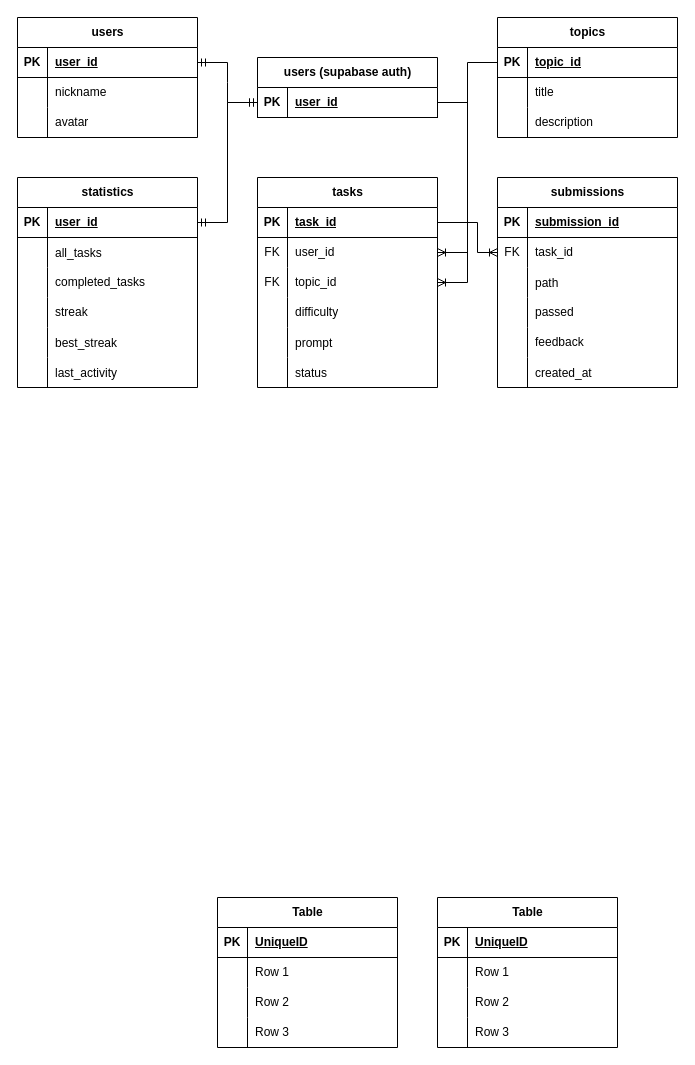
The draw.io diagram docs/ER.drawio in KironIllo/GetTaskTakePic, before the edit. Source tidied: cells renumbered, new cells numbered last; positions are measured from the earlier drawing's top-left corner, leaving out a move shared by most shapes. Both pictures are drawn from the tidied source at 100%, with x=0, y=0 at pixel (17, 17).
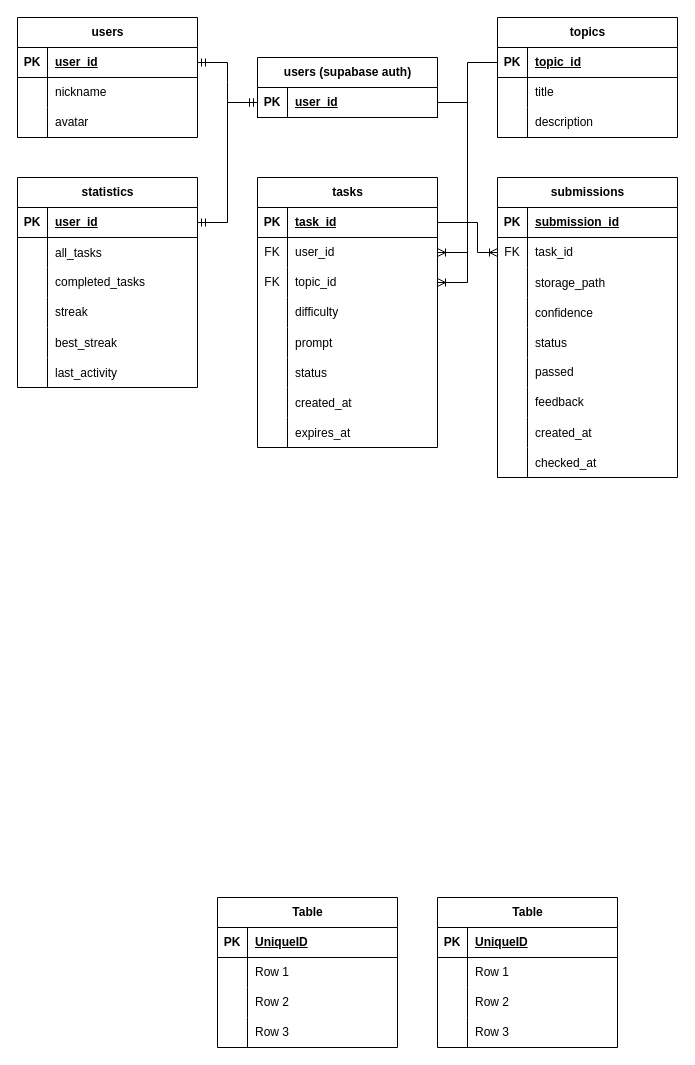
After the change.

The change refers to these unchanged cells:
```xml
<mxCell id="38" style="shape=tableRow;horizontal=0;startSize=0;swimlaneHead=0;swimlaneBody=0;fillColor=none;top=0;left=0;right=0;bottom=0;" parent="31" vertex="1">
  <mxGeometry y="90" width="180" height="30" as="geometry" />
</mxCell>
```

Change to the diagram source:
```diff
@@
     <mxCell id="12" value="tasks" style="shape=table;startSize=30;childLayout=tableLayout;rowLines=0;fontStyle=1;align=center;html=1;" parent="1" vertex="1">
-      <mxGeometry x="240" y="160" width="180" height="210" as="geometry" />
+      <mxGeometry x="240" y="160" width="180" height="270" as="geometry" />
     </mxCell>
@@
+    <mxCell id="114" style="shape=tableRow;horizontal=0;startSize=0;swimlaneHead=0;swimlaneBody=0;fillColor=none;top=0;left=0;right=0;bottom=0;" parent="12" vertex="1">
+      <mxGeometry y="210" width="180" height="30" as="geometry" />
+    </mxCell>
+    <mxCell id="115" style="shape=partialRectangle;fillColor=none;top=0;left=0;bottom=0;right=0;overflow=hidden;" parent="114" vertex="1">
+      <mxGeometry width="30" height="30" as="geometry" />
+    </mxCell>
+    <mxCell id="116" value="created_at" style="shape=partialRectangle;fillColor=none;top=0;left=0;bottom=0;right=0;align=left;spacingLeft=6;overflow=hidden;" parent="114" vertex="1">
+      <mxGeometry x="30" width="150" height="30" as="geometry" />
+    </mxCell>
+    <mxCell id="117" style="shape=tableRow;horizontal=0;startSize=0;swimlaneHead=0;swimlaneBody=0;fillColor=none;top=0;left=0;right=0;bottom=0;" parent="12" vertex="1">
+      <mxGeometry y="240" width="180" height="30" as="geometry" />
+    </mxCell>
+    <mxCell id="118" style="shape=partialRectangle;fillColor=none;top=0;left=0;bottom=0;right=0;overflow=hidden;" parent="117" vertex="1">
+      <mxGeometry width="30" height="30" as="geometry" />
+    </mxCell>
+    <mxCell id="119" value="expires_at" style="shape=partialRectangle;fillColor=none;top=0;left=0;bottom=0;right=0;align=left;spacingLeft=6;overflow=hidden;" parent="117" vertex="1">
+      <mxGeometry x="30" width="150" height="30" as="geometry" />
+    </mxCell>
     <mxCell id="31" value="submissions" style="shape=table;startSize=30;childLayout=tableLayout;rowLines=0;fontStyle=1;align=center;html=1;" parent="1" vertex="1">
-      <mxGeometry x="480" y="160" width="180" height="210" as="geometry" />
+      <mxGeometry x="480" y="160" width="180" height="300" as="geometry" />
     </mxCell>
@@
-    <mxCell id="40" value="path" style="shape=partialRectangle;fillColor=none;top=0;left=0;bottom=0;right=0;align=left;spacingLeft=6;overflow=hidden;" parent="38" vertex="1">
+    <mxCell id="40" value="storage_path" style="shape=partialRectangle;fillColor=none;top=0;left=0;bottom=0;right=0;align=left;spacingLeft=6;overflow=hidden;" parent="38" vertex="1">
       <mxGeometry x="30" width="150" height="30" as="geometry" />
     </mxCell>
+    <mxCell id="120" style="shape=tableRow;horizontal=0;startSize=0;swimlaneHead=0;swimlaneBody=0;fillColor=none;top=0;left=0;right=0;bottom=0;" parent="31" vertex="1">
+      <mxGeometry y="120" width="180" height="30" as="geometry" />
+    </mxCell>
+    <mxCell id="121" style="shape=partialRectangle;fillColor=none;top=0;left=0;bottom=0;right=0;overflow=hidden;" parent="120" vertex="1">
+      <mxGeometry width="30" height="30" as="geometry" />
+    </mxCell>
+    <mxCell id="122" value="confidence" style="shape=partialRectangle;fillColor=none;top=0;left=0;bottom=0;right=0;align=left;spacingLeft=6;overflow=hidden;" parent="120" vertex="1">
+      <mxGeometry x="30" width="150" height="30" as="geometry" />
+    </mxCell>
+    <mxCell id="123" style="shape=tableRow;horizontal=0;startSize=0;swimlaneHead=0;swimlaneBody=0;fillColor=none;top=0;left=0;right=0;bottom=0;" parent="31" vertex="1">
+      <mxGeometry y="150" width="180" height="30" as="geometry" />
+    </mxCell>
+    <mxCell id="124" style="shape=partialRectangle;fillColor=none;top=0;left=0;bottom=0;right=0;overflow=hidden;" parent="123" vertex="1">
+      <mxGeometry width="30" height="30" as="geometry" />
+    </mxCell>
+    <mxCell id="125" value="status" style="shape=partialRectangle;fillColor=none;top=0;left=0;bottom=0;right=0;align=left;spacingLeft=6;overflow=hidden;" parent="123" vertex="1">
+      <mxGeometry x="30" width="150" height="30" as="geometry" />
+    </mxCell>
     <mxCell id="41" style="shape=tableRow;horizontal=0;startSize=0;swimlaneHead=0;swimlaneBody=0;fillColor=none;top=0;left=0;right=0;bottom=0;" parent="31" vertex="1">
-      <mxGeometry y="120" width="180" height="30" as="geometry" />
+      <mxGeometry y="180" width="180" height="30" as="geometry" />
     </mxCell>
@@
     <mxCell id="44" style="shape=tableRow;horizontal=0;startSize=0;swimlaneHead=0;swimlaneBody=0;fillColor=none;top=0;left=0;right=0;bottom=0;" parent="31" vertex="1">
-      <mxGeometry y="150" width="180" height="30" as="geometry" />
+      <mxGeometry y="210" width="180" height="30" as="geometry" />
     </mxCell>
@@
     <mxCell id="47" style="shape=tableRow;horizontal=0;startSize=0;swimlaneHead=0;swimlaneBody=0;fillColor=none;top=0;left=0;right=0;bottom=0;" parent="31" vertex="1">
-      <mxGeometry y="180" width="180" height="30" as="geometry" />
+      <mxGeometry y="240" width="180" height="30" as="geometry" />
     </mxCell>
@@
+    <mxCell id="126" style="shape=tableRow;horizontal=0;startSize=0;swimlaneHead=0;swimlaneBody=0;fillColor=none;top=0;left=0;right=0;bottom=0;" parent="31" vertex="1">
+      <mxGeometry y="270" width="180" height="30" as="geometry" />
+    </mxCell>
+    <mxCell id="127" style="shape=partialRectangle;fillColor=none;top=0;left=0;bottom=0;right=0;overflow=hidden;" parent="126" vertex="1">
+      <mxGeometry width="30" height="30" as="geometry" />
+    </mxCell>
+    <mxCell id="128" value="checked_at" style="shape=partialRectangle;fillColor=none;top=0;left=0;bottom=0;right=0;align=left;spacingLeft=6;overflow=hidden;" parent="126" vertex="1">
+      <mxGeometry x="30" width="150" height="30" as="geometry" />
+    </mxCell>
```
